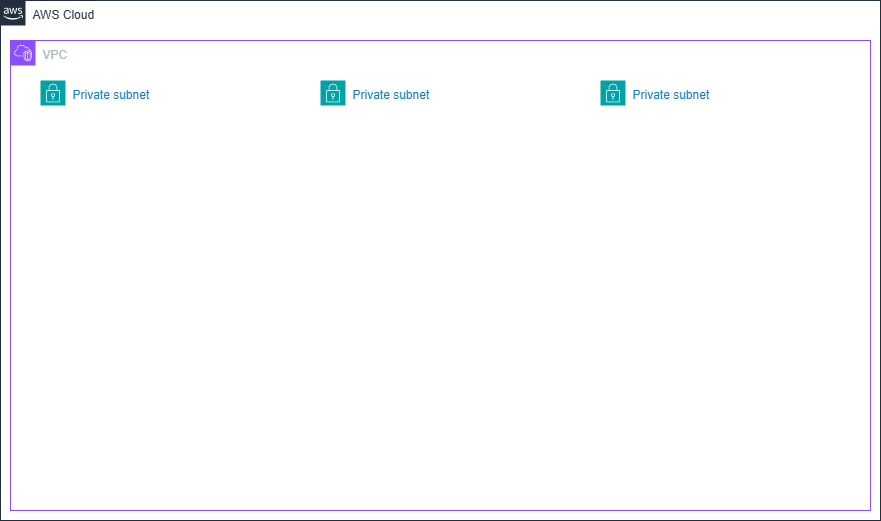
This is AWS_Training_Arch.drawio.png from SubraiSambary/Drawings, a draw.io export, as it was before one commit. Source tidied: cells renumbered, new cells last; positions are measured from the earlier drawing's top-left corner, leaving out a move shared by most shapes.
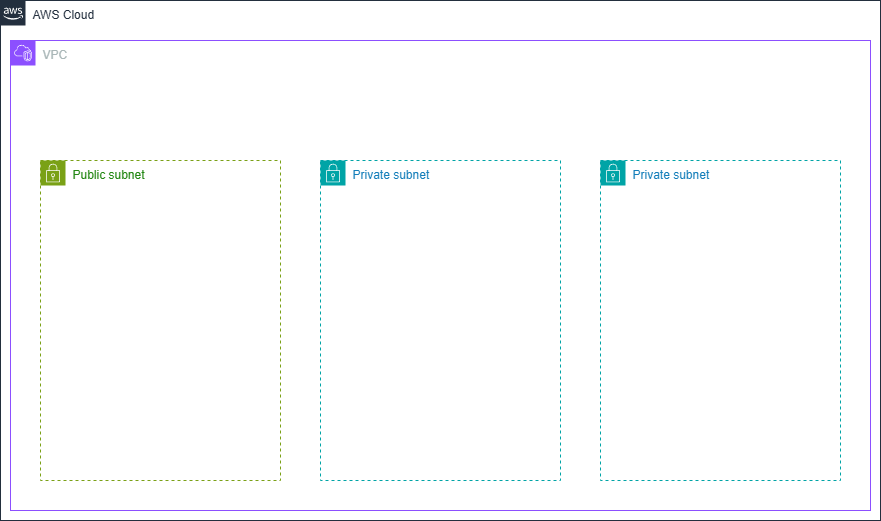
The same diagram one commit later.

What changed in the source:
```diff
@@ -9,13 +9,22 @@
       <mxGeometry x="10" y="40" width="860" height="470" as="geometry" />
     </mxCell>
     <mxCell id="4" value="Private subnet" style="gradientColor=none;html=1;whiteSpace=wrap;fontSize=12;fontStyle=0;shape=mxgraph.aws4.group;grIcon=mxgraph.aws4.group_security_group;grStroke=0;strokeColor=#00A4A6;fillColor=none;verticalAlign=top;align=left;spacingLeft=30;fontColor=#147EBA;dashed=0;fillStyle=auto;" parent="3" vertex="1">
-      <mxGeometry x="590" y="40" width="240" height="400" as="geometry" />
+      <mxGeometry x="590" y="120" width="240" height="320" as="geometry" />
     </mxCell>
+    <mxCell id="7" style="rounded=0;whiteSpace=wrap;html=1;fillColor=none;dashed=1;strokeColor=light-dark(#00a4a6, #131313);" parent="4" vertex="1">
+      <mxGeometry width="240" height="320" as="geometry" />
+    </mxCell>
     <mxCell id="5" value="Private subnet" style="gradientColor=none;html=1;whiteSpace=wrap;fontSize=12;fontStyle=0;shape=mxgraph.aws4.group;grIcon=mxgraph.aws4.group_security_group;grStroke=0;strokeColor=#00A4A6;fillColor=none;verticalAlign=top;align=left;spacingLeft=30;fontColor=#147EBA;dashed=0;fillStyle=auto;" parent="3" vertex="1">
-      <mxGeometry x="310" y="40" width="240" height="400" as="geometry" />
+      <mxGeometry x="310" y="120" width="240" height="320" as="geometry" />
     </mxCell>
-    <mxCell id="6" value="Private subnet" style="gradientColor=none;html=1;whiteSpace=wrap;fontSize=12;fontStyle=0;shape=mxgraph.aws4.group;grIcon=mxgraph.aws4.group_security_group;grStroke=0;strokeColor=#00A4A6;fillColor=none;verticalAlign=top;align=left;spacingLeft=30;fontColor=#147EBA;dashed=0;fillStyle=auto;" parent="3" vertex="1">
-      <mxGeometry x="30" y="40" width="240" height="400" as="geometry" />
-    </mxCell>
+    <mxCell id="8" style="rounded=0;whiteSpace=wrap;html=1;fillColor=none;dashed=1;strokeColor=light-dark(#00a4a6, #131313);" parent="5" vertex="1">
+      <mxGeometry width="240" height="320" as="geometry" />
+    </mxCell>
+    <mxCell id="9" value="Public subnet" style="gradientColor=none;html=1;whiteSpace=wrap;fontSize=12;fontStyle=0;shape=mxgraph.aws4.group;grIcon=mxgraph.aws4.group_security_group;grStroke=0;strokeColor=#7AA116;fillColor=none;verticalAlign=top;align=left;spacingLeft=30;fontColor=#248814;dashed=0;" parent="3" vertex="1">
+      <mxGeometry x="30" y="120" width="240" height="320" as="geometry" />
+    </mxCell>
+    <mxCell id="10" style="rounded=0;whiteSpace=wrap;html=1;fillColor=none;dashed=1;strokeColor=light-dark(#7aa116, #e6e3ef);" parent="9" vertex="1">
+      <mxGeometry width="240" height="320" as="geometry" />
+    </mxCell>
   </root>
 </mxGraphModel>
```
